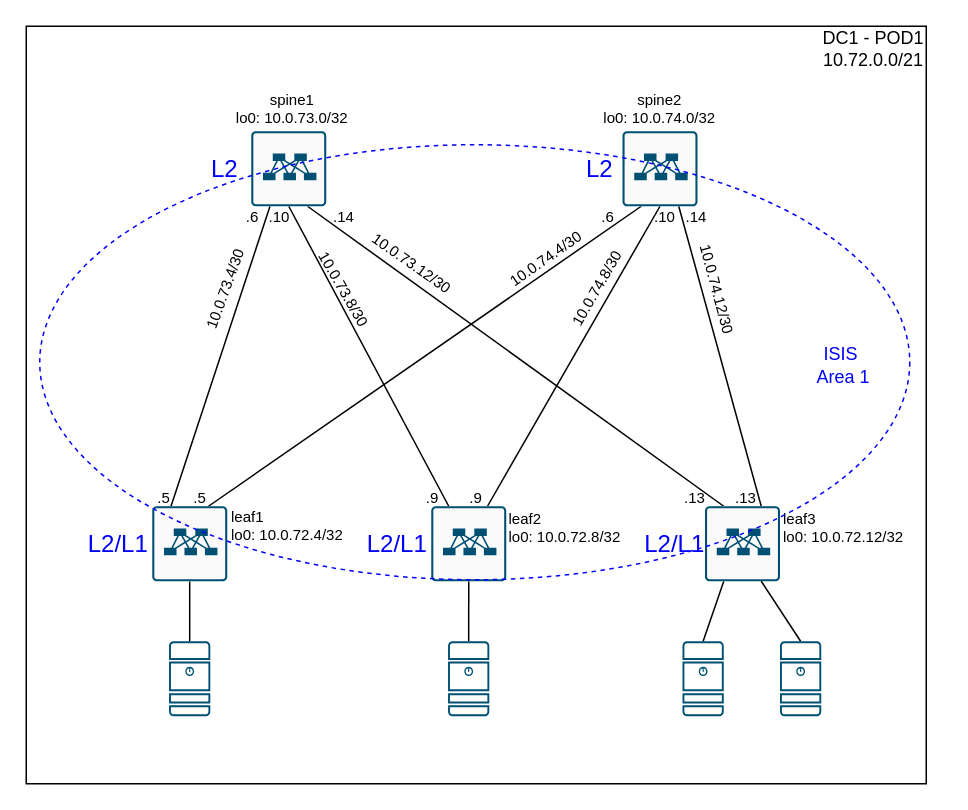
Earlier version of the draw.io diagram page "ISIS" (3 of 3) of DC-Network.drawio (anburtsev/otus-dc-network-design). Source tidied: cells renumbered, new cells numbered last; positions are measured from the earlier drawing's top-left corner, leaving out a move shared by most shapes. Both pictures are drawn from the tidied source at 150%, with x=0, y=0 at pixel (26, 26).
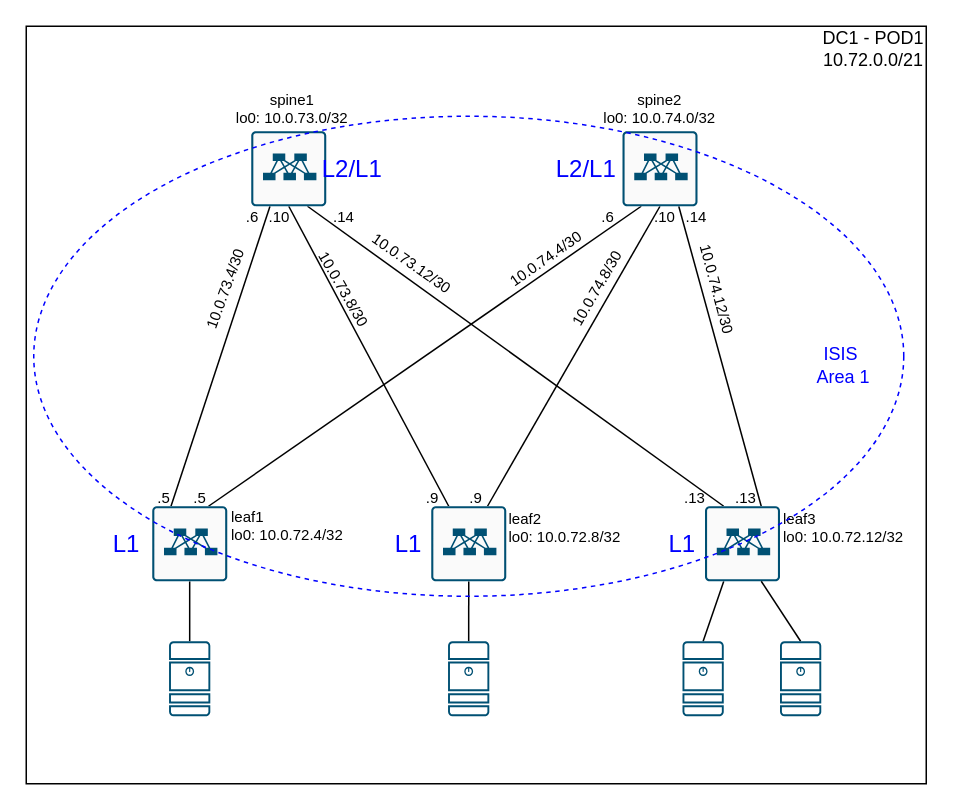
The same page after the edit.

Change to the diagram source:
```diff
@@
-    <mxCell id="46" value="L2" style="text;html=1;align=center;verticalAlign=middle;whiteSpace=wrap;rounded=0;fontColor=#0000FF;fontSize=16;" parent="1" vertex="1">
-      <mxGeometry x="110.2" y="85" width="45" height="20" as="geometry" />
-    </mxCell>
-    <mxCell id="47" value="L2" style="text;html=1;align=center;verticalAlign=middle;whiteSpace=wrap;rounded=0;fontColor=#0000FF;fontSize=16;" parent="1" vertex="1">
-      <mxGeometry x="360" y="85" width="45" height="20" as="geometry" />
-    </mxCell>
-    <mxCell id="48" value="L2/L1" style="text;html=1;align=center;verticalAlign=middle;whiteSpace=wrap;rounded=0;fontColor=#0000FF;fontSize=16;" parent="1" vertex="1">
-      <mxGeometry x="39" y="335" width="45" height="20" as="geometry" />
+    <mxCell id="48" value="L1" style="text;html=1;align=center;verticalAlign=middle;whiteSpace=wrap;rounded=0;fontColor=#0000FF;fontSize=16;" parent="1" vertex="1">
+      <mxGeometry x="50" y="335" width="34" height="20" as="geometry" />
     </mxCell>
-    <mxCell id="49" value="L2/L1" style="text;html=1;align=center;verticalAlign=middle;whiteSpace=wrap;rounded=0;fontColor=#0000FF;fontSize=16;" parent="1" vertex="1">
-      <mxGeometry x="225" y="335" width="45" height="20" as="geometry" />
+    <mxCell id="49" value="L1" style="text;html=1;align=center;verticalAlign=middle;whiteSpace=wrap;rounded=0;fontColor=#0000FF;fontSize=16;" parent="1" vertex="1">
+      <mxGeometry x="240" y="335" width="30" height="20" as="geometry" />
     </mxCell>
-    <mxCell id="50" value="L2/L1" style="text;html=1;align=center;verticalAlign=middle;whiteSpace=wrap;rounded=0;fontColor=#0000FF;fontSize=16;" parent="1" vertex="1">
-      <mxGeometry x="409.8" y="335" width="45" height="20" as="geometry" />
+    <mxCell id="50" value="L1" style="text;html=1;align=center;verticalAlign=middle;whiteSpace=wrap;rounded=0;fontColor=#0000FF;fontSize=16;" parent="1" vertex="1">
+      <mxGeometry x="420" y="335" width="34.8" height="20" as="geometry" />
     </mxCell>
     <mxCell id="51" style="ellipse;whiteSpace=wrap;html=1;fillColor=none;dashed=1;strokeColor=#0000FF;" parent="1" vertex="1">
-      <mxGeometry x="9" y="79" width="580" height="290" as="geometry" />
+      <mxGeometry x="5" y="60" width="580" height="320" as="geometry" />
     </mxCell>
@@
+    <mxCell id="53" value="L2/L1" style="text;html=1;align=center;verticalAlign=middle;whiteSpace=wrap;rounded=0;fontColor=#0000FF;fontSize=16;" parent="1" vertex="1">
+      <mxGeometry x="195" y="85" width="45" height="20" as="geometry" />
+    </mxCell>
+    <mxCell id="54" value="L2/L1" style="text;html=1;align=center;verticalAlign=middle;whiteSpace=wrap;rounded=0;fontColor=#0000FF;fontSize=16;" parent="1" vertex="1">
+      <mxGeometry x="350.8" y="85" width="45" height="20" as="geometry" />
+    </mxCell>
```
